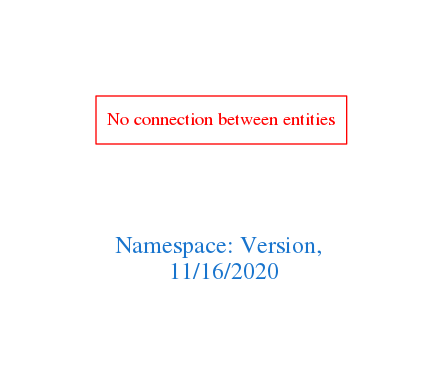
Earlier version of the Graphviz export downloads/Version.png (arago/OGIT). Its source is kept beside it as downloads/Version.dot.
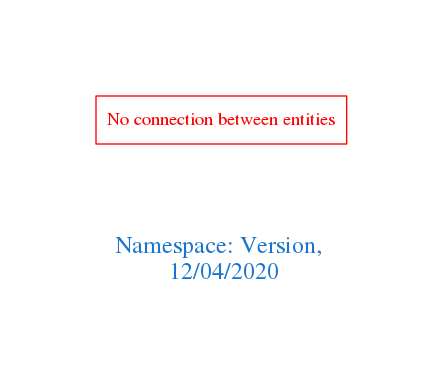
Above is the later version.

The edit, as a diff of the source:
```diff
@@ -1,7 +1,7 @@
 digraph OGIT_ontology {
  graph [ rankdir= LR,pad=1
 fontsize = 18,
-fontcolor= dodgerblue3,label = "\n\n\nNamespace: Version, \n 11/16/2020"];
+fontcolor= dodgerblue3,label = "\n\n\nNamespace: Version, \n 12/04/2020"];
 node[shape=polygon];
 edge [  color="gray81"];
 
```
